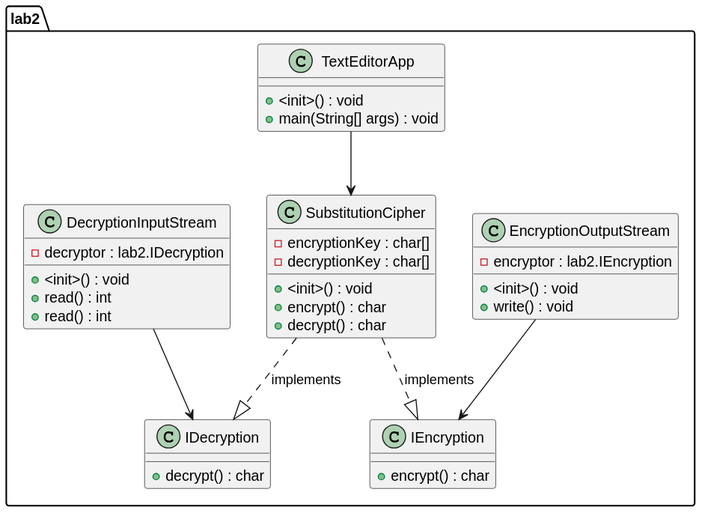
This is Prototype/output.svg from paianish/ASMAnalyzer, a PlantUML export, as it was before one commit. The source it was exported from:
```plantuml
@startuml
class lab2.DecryptionInputStream {
    - decryptor : lab2.IDecryption
    + <init>() : void
    + read() : int
    + read() : int
}
lab2.DecryptionInputStream --> lab2.IDecryption
class lab2.EncryptionOutputStream {
    - encryptor : lab2.IEncryption
    + <init>() : void
    + write() : void
}
lab2.EncryptionOutputStream --> lab2.IEncryption
class lab2.IDecryption {
    + decrypt() : char
}
class lab2.IEncryption {
    + encrypt() : char
}
class lab2.SubstitutionCipher {
    - encryptionKey : char[]
    - decryptionKey : char[]
    + <init>() : void
    + encrypt() : char
    + decrypt() : char
}
lab2.SubstitutionCipher ..|> lab2.IEncryption: implements
lab2.SubstitutionCipher ..|> lab2.IDecryption: implements
class lab2.TextEditorApp {
    + <init>() : void
    + main(String[] args) : void
}
lab2.TextEditorApp --> lab2.SubstitutionCipher
@enduml
```
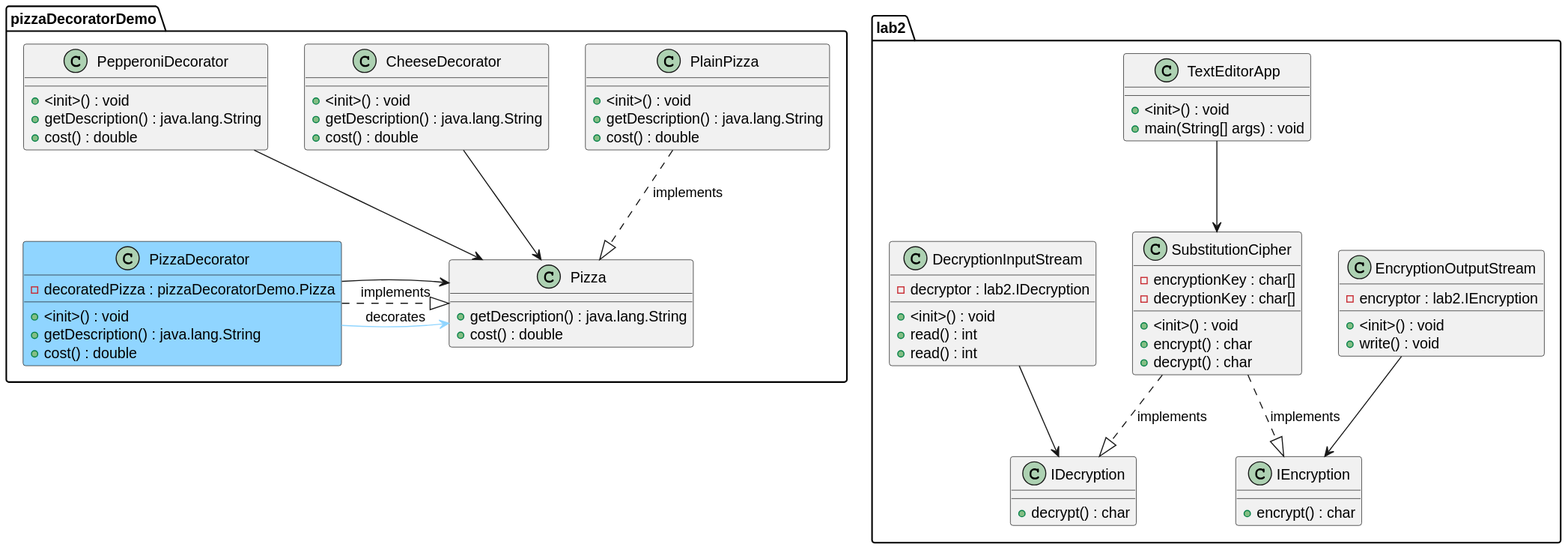
Above is the later version.

Change to the diagram source:
```diff
@@ -32,4 +32,35 @@
     + main(String[] args) : void
 }
 lab2.TextEditorApp --> lab2.SubstitutionCipher
+class pizzaDecoratorDemo.PlainPizza {
+    + <init>() : void
+    + getDescription() : java.lang.String
+    + cost() : double
+}
+pizzaDecoratorDemo.PlainPizza ..|> pizzaDecoratorDemo.Pizza: implements
+class pizzaDecoratorDemo.PizzaDecorator #90D5FF {
+    - decoratedPizza : pizzaDecoratorDemo.Pizza
+    + <init>() : void
+    + getDescription() : java.lang.String
+    + cost() : double
+}
+pizzaDecoratorDemo.PizzaDecorator ..|> pizzaDecoratorDemo.Pizza: implements
+pizzaDecoratorDemo.PizzaDecorator --> pizzaDecoratorDemo.Pizza
+pizzaDecoratorDemo.PizzaDecorator-[#90D5FF]>pizzaDecoratorDemo.Pizza: decorates
+class pizzaDecoratorDemo.CheeseDecorator {
+    + <init>() : void
+    + getDescription() : java.lang.String
+    + cost() : double
+}
+pizzaDecoratorDemo.CheeseDecorator --> pizzaDecoratorDemo.Pizza
+class pizzaDecoratorDemo.PepperoniDecorator {
+    + <init>() : void
+    + getDescription() : java.lang.String
+    + cost() : double
+}
+pizzaDecoratorDemo.PepperoniDecorator --> pizzaDecoratorDemo.Pizza
+class pizzaDecoratorDemo.Pizza {
+    + getDescription() : java.lang.String
+    + cost() : double
+}
 @enduml
```
